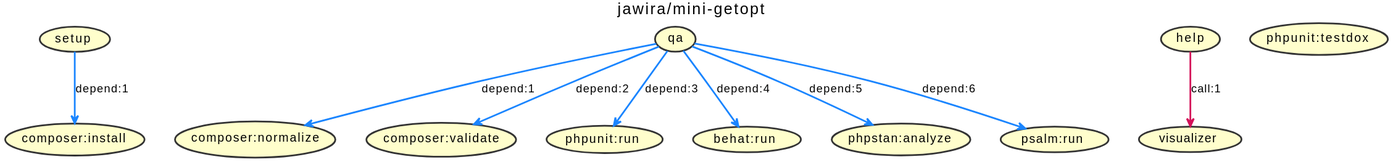
The PlantUML diagram build.svg in jawira/mini-getopt, before a commit.
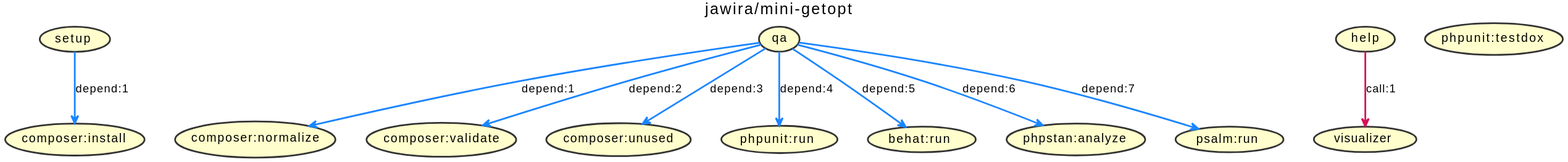
After the commit.

Commit message:
Update targets diagram

What changed in the source:
```diff
@@ -17,16 +17,18 @@
 (setup) -[#1A85FF]-> (composer:install) : depend:1
 (qa) -[#1A85FF]-> (composer:normalize) : depend:1
 (qa) -[#1A85FF]-> (composer:validate) : depend:2
-(qa) -[#1A85FF]-> (phpunit:run) : depend:3
-(qa) -[#1A85FF]-> (behat:run) : depend:4
-(qa) -[#1A85FF]-> (phpstan:analyze) : depend:5
-(qa) -[#1A85FF]-> (psalm:run) : depend:6
+(qa) -[#1A85FF]-> (composer:unused) : depend:3
+(qa) -[#1A85FF]-> (phpunit:run) : depend:4
+(qa) -[#1A85FF]-> (behat:run) : depend:5
+(qa) -[#1A85FF]-> (phpstan:analyze) : depend:6
+(qa) -[#1A85FF]-> (psalm:run) : depend:7
 (help) -[#D41159]-> (visualizer) : call:1
 (setup)
 (qa)
 (composer:install)
 (composer:validate)
 (composer:normalize)
+(composer:unused)
 (behat:run)
 (phpstan:analyze)
 (psalm:run)
```
